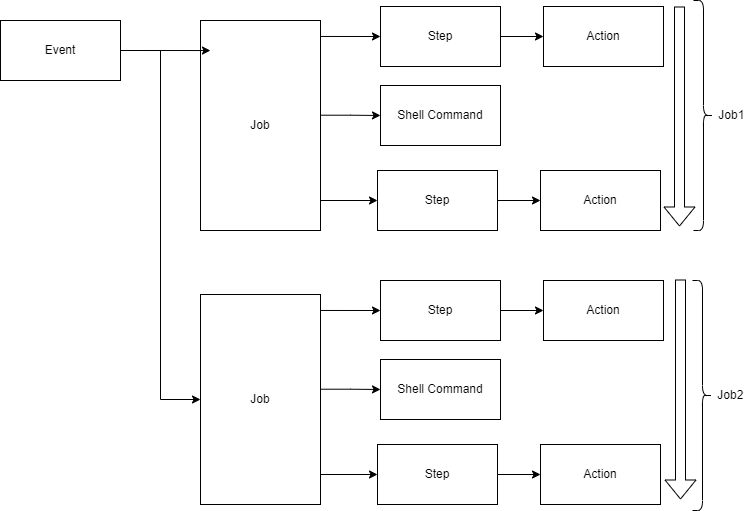
This is slides/img/job-runner.drawio.png from codebytes/github-actions-demos, a draw.io export, as it was before one commit. Source tidied: cells renumbered, new cells last; positions are measured from the earlier drawing's top-left corner, leaving out a move shared by most shapes. The source it was exported from:
```xml
<mxGraphModel>
  <root>
    <mxCell id="0" />
    <mxCell id="1" parent="0" />
    <mxCell id="2" style="edgeStyle=orthogonalEdgeStyle;rounded=0;jettySize=auto;html=1;entryX=0;entryY=0.5;entryDx=0;entryDy=0;" parent="1" edge="1" source="3" target="17">
      <mxGeometry relative="1" as="geometry" />
    </mxCell>
    <mxCell id="3" value="Event" style="rounded=0;whiteSpace=wrap;html=1;" parent="1" vertex="1">
      <mxGeometry y="20" width="120" height="60" as="geometry" />
    </mxCell>
    <mxCell id="4" style="edgeStyle=orthogonalEdgeStyle;rounded=0;jettySize=auto;html=1;exitX=0.967;exitY=0.076;exitDx=0;exitDy=0;exitPerimeter=0;entryX=0;entryY=0.5;entryDx=0;entryDy=0;" parent="1" edge="1" source="6" target="8">
      <mxGeometry relative="1" as="geometry" />
    </mxCell>
    <mxCell id="5" style="edgeStyle=orthogonalEdgeStyle;rounded=0;jettySize=auto;html=1;exitX=0.983;exitY=0.451;exitDx=0;exitDy=0;exitPerimeter=0;" parent="1" edge="1" source="6" target="10">
      <mxGeometry relative="1" as="geometry" />
    </mxCell>
    <mxCell id="6" value="Job" style="rounded=0;whiteSpace=wrap;html=1;" parent="1" vertex="1">
      <mxGeometry x="200" y="20" width="120" height="210" as="geometry" />
    </mxCell>
    <mxCell id="7" style="edgeStyle=orthogonalEdgeStyle;rounded=0;jettySize=auto;html=1;" parent="1" edge="1" source="8" target="9">
      <mxGeometry relative="1" as="geometry" />
    </mxCell>
    <mxCell id="8" value="Step" style="whiteSpace=wrap;html=1;rounded=0;" parent="1" vertex="1">
      <mxGeometry x="380" y="6" width="120" height="60" as="geometry" />
    </mxCell>
    <mxCell id="9" value="Action" style="whiteSpace=wrap;html=1;rounded=0;" parent="1" vertex="1">
      <mxGeometry x="543" y="6" width="120" height="60" as="geometry" />
    </mxCell>
    <mxCell id="10" value="Shell Command" style="whiteSpace=wrap;html=1;rounded=0;" parent="1" vertex="1">
      <mxGeometry x="380" y="85" width="120" height="60" as="geometry" />
    </mxCell>
    <mxCell id="11" style="edgeStyle=orthogonalEdgeStyle;rounded=0;jettySize=auto;html=1;" parent="1" edge="1" source="12" target="13">
      <mxGeometry relative="1" as="geometry" />
    </mxCell>
    <mxCell id="12" value="Step" style="whiteSpace=wrap;html=1;rounded=0;" parent="1" vertex="1">
      <mxGeometry x="377" y="170" width="120" height="60" as="geometry" />
    </mxCell>
    <mxCell id="13" value="Action" style="whiteSpace=wrap;html=1;rounded=0;" parent="1" vertex="1">
      <mxGeometry x="540" y="170" width="120" height="60" as="geometry" />
    </mxCell>
    <mxCell id="14" style="edgeStyle=orthogonalEdgeStyle;rounded=0;jettySize=auto;html=1;entryX=0;entryY=0.5;entryDx=0;entryDy=0;" parent="1" edge="1" target="12">
      <mxGeometry relative="1" as="geometry">
        <mxPoint x="320" y="200" as="sourcePoint" />
      </mxGeometry>
    </mxCell>
    <mxCell id="15" style="edgeStyle=orthogonalEdgeStyle;rounded=0;jettySize=auto;html=1;exitX=0.967;exitY=0.076;exitDx=0;exitDy=0;exitPerimeter=0;entryX=0;entryY=0.5;entryDx=0;entryDy=0;" parent="1" edge="1" source="17" target="19">
      <mxGeometry relative="1" as="geometry" />
    </mxCell>
    <mxCell id="16" style="edgeStyle=orthogonalEdgeStyle;rounded=0;jettySize=auto;html=1;exitX=0.983;exitY=0.451;exitDx=0;exitDy=0;exitPerimeter=0;" parent="1" edge="1" source="17" target="21">
      <mxGeometry relative="1" as="geometry" />
    </mxCell>
    <mxCell id="17" value="Job" style="rounded=0;whiteSpace=wrap;html=1;" parent="1" vertex="1">
      <mxGeometry x="200" y="294" width="120" height="210" as="geometry" />
    </mxCell>
    <mxCell id="18" style="edgeStyle=orthogonalEdgeStyle;rounded=0;jettySize=auto;html=1;" parent="1" edge="1" source="19" target="20">
      <mxGeometry relative="1" as="geometry" />
    </mxCell>
    <mxCell id="19" value="Step" style="whiteSpace=wrap;html=1;rounded=0;" parent="1" vertex="1">
      <mxGeometry x="380" y="280" width="120" height="60" as="geometry" />
    </mxCell>
    <mxCell id="20" value="Action" style="whiteSpace=wrap;html=1;rounded=0;" parent="1" vertex="1">
      <mxGeometry x="543" y="280" width="120" height="60" as="geometry" />
    </mxCell>
    <mxCell id="21" value="Shell Command" style="whiteSpace=wrap;html=1;rounded=0;" parent="1" vertex="1">
      <mxGeometry x="380" y="359" width="120" height="60" as="geometry" />
    </mxCell>
    <mxCell id="22" style="edgeStyle=orthogonalEdgeStyle;rounded=0;jettySize=auto;html=1;" parent="1" edge="1" source="23" target="24">
      <mxGeometry relative="1" as="geometry" />
    </mxCell>
    <mxCell id="23" value="Step" style="whiteSpace=wrap;html=1;rounded=0;" parent="1" vertex="1">
      <mxGeometry x="377" y="444" width="120" height="60" as="geometry" />
    </mxCell>
    <mxCell id="24" value="Action" style="whiteSpace=wrap;html=1;rounded=0;" parent="1" vertex="1">
      <mxGeometry x="540" y="444" width="120" height="60" as="geometry" />
    </mxCell>
    <mxCell id="25" style="edgeStyle=orthogonalEdgeStyle;rounded=0;jettySize=auto;html=1;entryX=0;entryY=0.5;entryDx=0;entryDy=0;" parent="1" edge="1" target="23">
      <mxGeometry relative="1" as="geometry">
        <mxPoint x="320" y="474" as="sourcePoint" />
      </mxGeometry>
    </mxCell>
    <mxCell id="26" style="edgeStyle=orthogonalEdgeStyle;rounded=0;jettySize=auto;html=1;entryX=0.083;entryY=0.143;entryDx=0;entryDy=0;exitX=1;exitY=0.5;exitDx=0;exitDy=0;entryPerimeter=0;" parent="1" edge="1" source="3" target="6">
      <mxGeometry relative="1" as="geometry" />
    </mxCell>
    <mxCell id="27" value="&amp;nbsp;Job1" style="shape=curlyBracket;whiteSpace=wrap;html=1;rounded=1;flipH=1;labelPosition=right;verticalLabelPosition=middle;align=left;verticalAlign=middle;" parent="1" vertex="1">
      <mxGeometry x="693" width="20" height="230" as="geometry" />
    </mxCell>
    <mxCell id="28" value="&amp;nbsp;Job2" style="shape=curlyBracket;whiteSpace=wrap;html=1;rounded=1;flipH=1;labelPosition=right;verticalLabelPosition=middle;align=left;verticalAlign=middle;" parent="1" vertex="1">
      <mxGeometry x="692" y="280" width="20" height="230" as="geometry" />
    </mxCell>
    <mxCell id="29" style="shape=flexArrow;endArrow=classic;html=1;" parent="1" edge="1">
      <mxGeometry relative="1" as="geometry">
        <mxPoint x="679" y="6" as="sourcePoint" />
        <mxPoint x="679" y="226" as="targetPoint" />
      </mxGeometry>
    </mxCell>
    <mxCell id="30" style="shape=flexArrow;endArrow=classic;html=1;" parent="1" edge="1">
      <mxGeometry relative="1" as="geometry">
        <mxPoint x="680" y="279" as="sourcePoint" />
        <mxPoint x="680" y="499" as="targetPoint" />
      </mxGeometry>
    </mxCell>
  </root>
</mxGraphModel>
```
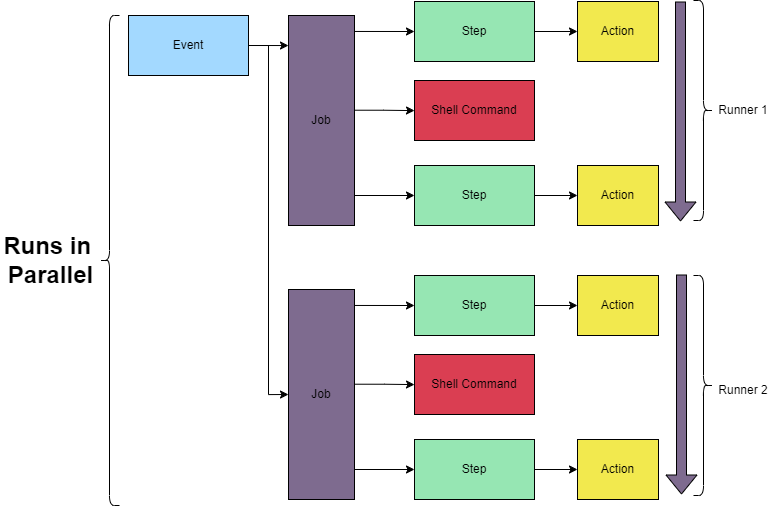
The same file after the commit.

Change to the diagram source:
```diff
@@ -5,42 +5,43 @@
     <mxCell id="2" style="edgeStyle=orthogonalEdgeStyle;rounded=0;jettySize=auto;html=1;entryX=0;entryY=0.5;entryDx=0;entryDy=0;" parent="1" edge="1" source="3" target="17">
       <mxGeometry relative="1" as="geometry" />
     </mxCell>
-    <mxCell id="3" value="Event" style="rounded=0;whiteSpace=wrap;html=1;" parent="1" vertex="1">
-      <mxGeometry y="20" width="120" height="60" as="geometry" />
+    <mxCell id="3" value="Event" style="rounded=0;whiteSpace=wrap;html=1;fillColor=#A3D9FF;fontColor=#000000;strokeColor=#000000;labelBackgroundColor=none;" parent="1" vertex="1">
+      <mxGeometry x="140" y="20" width="120" height="60" as="geometry" />
     </mxCell>
-    <mxCell id="4" style="edgeStyle=orthogonalEdgeStyle;rounded=0;jettySize=auto;html=1;exitX=0.967;exitY=0.076;exitDx=0;exitDy=0;exitPerimeter=0;entryX=0;entryY=0.5;entryDx=0;entryDy=0;" parent="1" edge="1" source="6" target="8">
-      <mxGeometry relative="1" as="geometry" />
+    <mxCell id="4" style="edgeStyle=orthogonalEdgeStyle;rounded=0;jettySize=auto;html=1;exitX=0.967;exitY=0.076;exitDx=0;exitDy=0;exitPerimeter=0;entryX=0;entryY=0.5;entryDx=0;entryDy=0;" parent="1" edge="1" target="8">
+      <mxGeometry relative="1" as="geometry">
+        <mxPoint x="362" y="36" as="sourcePoint" />
+      </mxGeometry>
     </mxCell>
-    <mxCell id="5" style="edgeStyle=orthogonalEdgeStyle;rounded=0;jettySize=auto;html=1;exitX=0.983;exitY=0.451;exitDx=0;exitDy=0;exitPerimeter=0;" parent="1" edge="1" source="6" target="10">
-      <mxGeometry relative="1" as="geometry" />
+    <mxCell id="5" style="edgeStyle=orthogonalEdgeStyle;rounded=0;jettySize=auto;html=1;exitX=0.983;exitY=0.451;exitDx=0;exitDy=0;exitPerimeter=0;" parent="1" edge="1" target="10">
+      <mxGeometry relative="1" as="geometry">
+        <mxPoint x="364" y="114.7" as="sourcePoint" />
+      </mxGeometry>
     </mxCell>
-    <mxCell id="6" value="Job" style="rounded=0;whiteSpace=wrap;html=1;" parent="1" vertex="1">
-      <mxGeometry x="200" y="20" width="120" height="210" as="geometry" />
-    </mxCell>
     <mxCell id="7" style="edgeStyle=orthogonalEdgeStyle;rounded=0;jettySize=auto;html=1;" parent="1" edge="1" source="8" target="9">
       <mxGeometry relative="1" as="geometry" />
     </mxCell>
-    <mxCell id="8" value="Step" style="whiteSpace=wrap;html=1;rounded=0;" parent="1" vertex="1">
-      <mxGeometry x="380" y="6" width="120" height="60" as="geometry" />
+    <mxCell id="8" value="Step" style="whiteSpace=wrap;html=1;rounded=0;fontColor=#000000;fillColor=#96E6B3;strokeColor=#000000;" parent="1" vertex="1">
+      <mxGeometry x="426" y="6" width="120" height="60" as="geometry" />
     </mxCell>
-    <mxCell id="9" value="Action" style="whiteSpace=wrap;html=1;rounded=0;" parent="1" vertex="1">
-      <mxGeometry x="543" y="6" width="120" height="60" as="geometry" />
+    <mxCell id="9" value="Action" style="whiteSpace=wrap;html=1;rounded=0;fontColor=#000000;fillColor=#F2E94E;strokeColor=#000000;" parent="1" vertex="1">
+      <mxGeometry x="589" y="6" width="81" height="60" as="geometry" />
     </mxCell>
-    <mxCell id="10" value="Shell Command" style="whiteSpace=wrap;html=1;rounded=0;" parent="1" vertex="1">
-      <mxGeometry x="380" y="85" width="120" height="60" as="geometry" />
+    <mxCell id="10" value="Shell Command" style="whiteSpace=wrap;html=1;rounded=0;fillColor=#DA3E52;strokeColor=#000000;fontColor=#000000;" parent="1" vertex="1">
+      <mxGeometry x="426" y="85" width="120" height="60" as="geometry" />
     </mxCell>
     <mxCell id="11" style="edgeStyle=orthogonalEdgeStyle;rounded=0;jettySize=auto;html=1;" parent="1" edge="1" source="12" target="13">
       <mxGeometry relative="1" as="geometry" />
     </mxCell>
-    <mxCell id="12" value="Step" style="whiteSpace=wrap;html=1;rounded=0;" parent="1" vertex="1">
-      <mxGeometry x="377" y="170" width="120" height="60" as="geometry" />
+    <mxCell id="12" value="Step" style="whiteSpace=wrap;html=1;rounded=0;fontColor=#000000;fillColor=#96E6B3;strokeColor=#000000;" parent="1" vertex="1">
+      <mxGeometry x="426" y="170" width="120" height="60" as="geometry" />
     </mxCell>
-    <mxCell id="13" value="Action" style="whiteSpace=wrap;html=1;rounded=0;" parent="1" vertex="1">
-      <mxGeometry x="540" y="170" width="120" height="60" as="geometry" />
+    <mxCell id="13" value="Action" style="whiteSpace=wrap;html=1;rounded=0;fontColor=#000000;fillColor=#F2E94E;strokeColor=#000000;" parent="1" vertex="1">
+      <mxGeometry x="589" y="170" width="81" height="60" as="geometry" />
     </mxCell>
     <mxCell id="14" style="edgeStyle=orthogonalEdgeStyle;rounded=0;jettySize=auto;html=1;entryX=0;entryY=0.5;entryDx=0;entryDy=0;" parent="1" edge="1" target="12">
       <mxGeometry relative="1" as="geometry">
-        <mxPoint x="320" y="200" as="sourcePoint" />
+        <mxPoint x="366" y="200" as="sourcePoint" />
       </mxGeometry>
     </mxCell>
     <mxCell id="15" style="edgeStyle=orthogonalEdgeStyle;rounded=0;jettySize=auto;html=1;exitX=0.967;exitY=0.076;exitDx=0;exitDy=0;exitPerimeter=0;entryX=0;entryY=0.5;entryDx=0;entryDy=0;" parent="1" edge="1" source="17" target="19">
@@ -49,55 +50,70 @@
     <mxCell id="16" style="edgeStyle=orthogonalEdgeStyle;rounded=0;jettySize=auto;html=1;exitX=0.983;exitY=0.451;exitDx=0;exitDy=0;exitPerimeter=0;" parent="1" edge="1" source="17" target="21">
       <mxGeometry relative="1" as="geometry" />
     </mxCell>
-    <mxCell id="17" value="Job" style="rounded=0;whiteSpace=wrap;html=1;" parent="1" vertex="1">
-      <mxGeometry x="200" y="294" width="120" height="210" as="geometry" />
+    <mxCell id="17" value="Job" style="rounded=0;whiteSpace=wrap;html=1;fillColor=#7E6B8F;fontColor=#000000;strokeColor=#000000;" parent="1" vertex="1">
+      <mxGeometry x="300" y="294" width="66" height="210" as="geometry" />
     </mxCell>
     <mxCell id="18" style="edgeStyle=orthogonalEdgeStyle;rounded=0;jettySize=auto;html=1;" parent="1" edge="1" source="19" target="20">
       <mxGeometry relative="1" as="geometry" />
     </mxCell>
-    <mxCell id="19" value="Step" style="whiteSpace=wrap;html=1;rounded=0;" parent="1" vertex="1">
-      <mxGeometry x="380" y="280" width="120" height="60" as="geometry" />
+    <mxCell id="19" value="Step" style="whiteSpace=wrap;html=1;rounded=0;fontColor=#000000;fillColor=#96E6B3;strokeColor=#000000;" parent="1" vertex="1">
+      <mxGeometry x="426" y="280" width="120" height="60" as="geometry" />
     </mxCell>
-    <mxCell id="20" value="Action" style="whiteSpace=wrap;html=1;rounded=0;" parent="1" vertex="1">
-      <mxGeometry x="543" y="280" width="120" height="60" as="geometry" />
+    <mxCell id="20" value="Action" style="whiteSpace=wrap;html=1;rounded=0;fontColor=#000000;fillColor=#F2E94E;strokeColor=#000000;" parent="1" vertex="1">
+      <mxGeometry x="589" y="280" width="81" height="60" as="geometry" />
     </mxCell>
-    <mxCell id="21" value="Shell Command" style="whiteSpace=wrap;html=1;rounded=0;" parent="1" vertex="1">
-      <mxGeometry x="380" y="359" width="120" height="60" as="geometry" />
+    <mxCell id="21" value="Shell Command" style="whiteSpace=wrap;html=1;rounded=0;fillColor=#DA3E52;strokeColor=#000000;fontColor=#000000;" parent="1" vertex="1">
+      <mxGeometry x="426" y="359" width="120" height="60" as="geometry" />
     </mxCell>
     <mxCell id="22" style="edgeStyle=orthogonalEdgeStyle;rounded=0;jettySize=auto;html=1;" parent="1" edge="1" source="23" target="24">
       <mxGeometry relative="1" as="geometry" />
     </mxCell>
-    <mxCell id="23" value="Step" style="whiteSpace=wrap;html=1;rounded=0;" parent="1" vertex="1">
-      <mxGeometry x="377" y="444" width="120" height="60" as="geometry" />
+    <mxCell id="23" value="Step" style="whiteSpace=wrap;html=1;rounded=0;fontColor=#000000;fillColor=#96E6B3;strokeColor=#000000;" parent="1" vertex="1">
+      <mxGeometry x="426" y="444" width="120" height="60" as="geometry" />
     </mxCell>
-    <mxCell id="24" value="Action" style="whiteSpace=wrap;html=1;rounded=0;" parent="1" vertex="1">
-      <mxGeometry x="540" y="444" width="120" height="60" as="geometry" />
+    <mxCell id="24" value="Action" style="whiteSpace=wrap;html=1;rounded=0;fontColor=#000000;fillColor=#F2E94E;strokeColor=#000000;" parent="1" vertex="1">
+      <mxGeometry x="589" y="444" width="81" height="60" as="geometry" />
     </mxCell>
     <mxCell id="25" style="edgeStyle=orthogonalEdgeStyle;rounded=0;jettySize=auto;html=1;entryX=0;entryY=0.5;entryDx=0;entryDy=0;" parent="1" edge="1" target="23">
       <mxGeometry relative="1" as="geometry">
-        <mxPoint x="320" y="474" as="sourcePoint" />
+        <mxPoint x="366" y="474" as="sourcePoint" />
       </mxGeometry>
     </mxCell>
-    <mxCell id="26" style="edgeStyle=orthogonalEdgeStyle;rounded=0;jettySize=auto;html=1;entryX=0.083;entryY=0.143;entryDx=0;entryDy=0;exitX=1;exitY=0.5;exitDx=0;exitDy=0;entryPerimeter=0;" parent="1" edge="1" source="3" target="6">
+    <mxCell id="26" style="edgeStyle=orthogonalEdgeStyle;rounded=0;jettySize=auto;html=1;exitX=1;exitY=0.5;exitDx=0;exitDy=0;entryX=0;entryY=0.143;entryDx=0;entryDy=0;entryPerimeter=0;" parent="1" edge="1" source="3" target="6">
       <mxGeometry relative="1" as="geometry" />
     </mxCell>
-    <mxCell id="27" value="&amp;nbsp;Job1" style="shape=curlyBracket;whiteSpace=wrap;html=1;rounded=1;flipH=1;labelPosition=right;verticalLabelPosition=middle;align=left;verticalAlign=middle;" parent="1" vertex="1">
-      <mxGeometry x="693" width="20" height="230" as="geometry" />
+    <mxCell id="27" style="shape=curlyBracket;whiteSpace=wrap;html=1;rounded=1;flipH=1;labelPosition=right;verticalLabelPosition=middle;align=left;verticalAlign=middle;" parent="1" vertex="1">
+      <mxGeometry x="705" y="5" width="20" height="220" as="geometry" />
     </mxCell>
-    <mxCell id="28" value="&amp;nbsp;Job2" style="shape=curlyBracket;whiteSpace=wrap;html=1;rounded=1;flipH=1;labelPosition=right;verticalLabelPosition=middle;align=left;verticalAlign=middle;" parent="1" vertex="1">
-      <mxGeometry x="692" y="280" width="20" height="230" as="geometry" />
+    <mxCell id="28" style="shape=curlyBracket;whiteSpace=wrap;html=1;rounded=1;flipH=1;labelPosition=right;verticalLabelPosition=middle;align=left;verticalAlign=middle;" parent="1" vertex="1">
+      <mxGeometry x="705" y="280" width="20" height="220" as="geometry" />
     </mxCell>
-    <mxCell id="29" style="shape=flexArrow;endArrow=classic;html=1;" parent="1" edge="1">
+    <mxCell id="29" style="shape=flexArrow;endArrow=classic;html=1;fillColor=#7E6B8F;" parent="1" edge="1">
       <mxGeometry relative="1" as="geometry">
-        <mxPoint x="679" y="6" as="sourcePoint" />
-        <mxPoint x="679" y="226" as="targetPoint" />
+        <mxPoint x="692" y="6" as="sourcePoint" />
+        <mxPoint x="692" y="226" as="targetPoint" />
       </mxGeometry>
     </mxCell>
-    <mxCell id="30" style="shape=flexArrow;endArrow=classic;html=1;" parent="1" edge="1">
+    <mxCell id="30" style="shape=flexArrow;endArrow=classic;html=1;fillColor=#7E6B8F;" parent="1" edge="1">
       <mxGeometry relative="1" as="geometry">
-        <mxPoint x="680" y="279" as="sourcePoint" />
-        <mxPoint x="680" y="499" as="targetPoint" />
+        <mxPoint x="693" y="279" as="sourcePoint" />
+        <mxPoint x="693" y="499" as="targetPoint" />
       </mxGeometry>
     </mxCell>
+    <mxCell id="31" style="shape=curlyBracket;whiteSpace=wrap;html=1;rounded=1;labelPosition=left;verticalLabelPosition=middle;align=right;verticalAlign=middle;" parent="1" vertex="1">
+      <mxGeometry x="111" y="20" width="20" height="490" as="geometry" />
+    </mxCell>
+    <mxCell id="32" value="Runs in&amp;nbsp;&lt;br&gt;Parallel" style="text;strokeColor=none;fillColor=none;html=1;fontSize=24;fontStyle=1;verticalAlign=middle;align=center;" parent="1" vertex="1">
+      <mxGeometry x="12" y="245" width="100" height="40" as="geometry" />
+    </mxCell>
+    <mxCell id="6" value="Job" style="rounded=0;whiteSpace=wrap;html=1;fillColor=#7E6B8F;fontColor=#000000;strokeColor=#000000;" parent="1" vertex="1">
+      <mxGeometry x="300" y="20" width="66" height="210" as="geometry" />
+    </mxCell>
+    <mxCell id="33" value="Runner 1" style="text;html=1;strokeColor=none;fillColor=none;align=center;verticalAlign=middle;whiteSpace=wrap;rounded=0;" parent="1" vertex="1">
+      <mxGeometry x="725" y="100" width="60" height="30" as="geometry" />
+    </mxCell>
+    <mxCell id="34" value="Runner 2" style="text;html=1;strokeColor=none;fillColor=none;align=center;verticalAlign=middle;whiteSpace=wrap;rounded=0;" parent="1" vertex="1">
+      <mxGeometry x="725" y="380" width="60" height="30" as="geometry" />
+    </mxCell>
   </root>
 </mxGraphModel>
```
